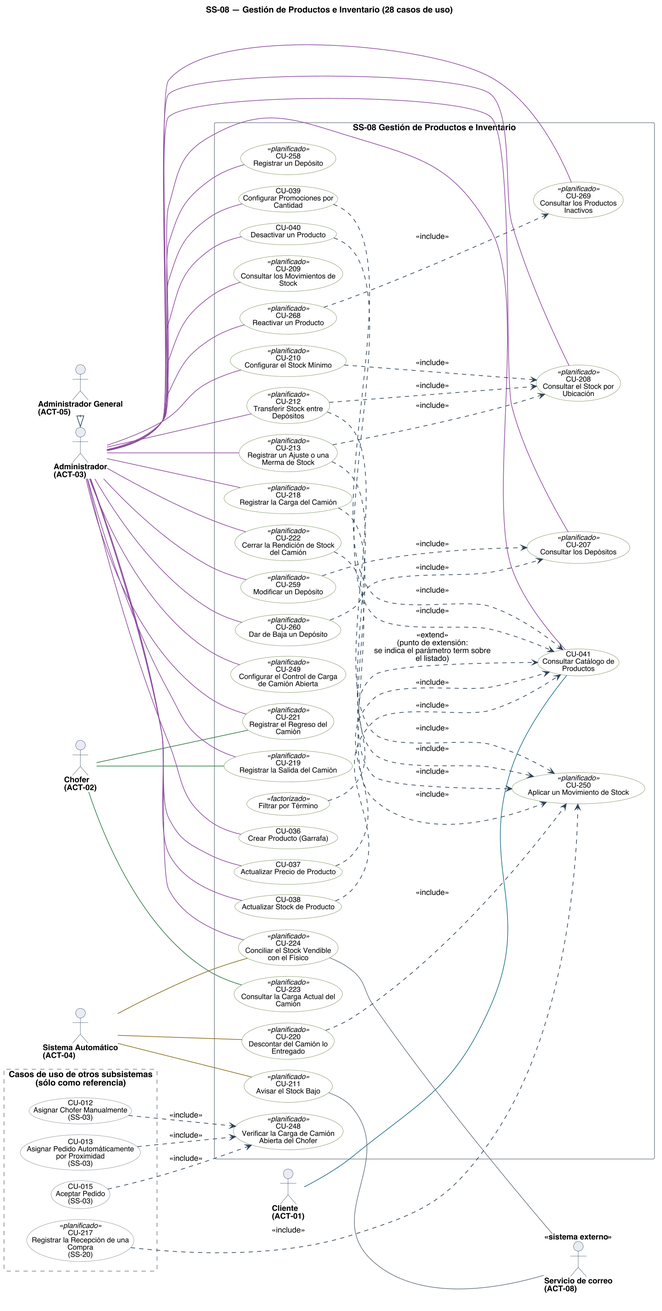
Earlier version of the PlantUML export diagramas/uml/CU_SS-08_Gestion-De-Productos.png (Nahuelito-Dev/splg-docs).
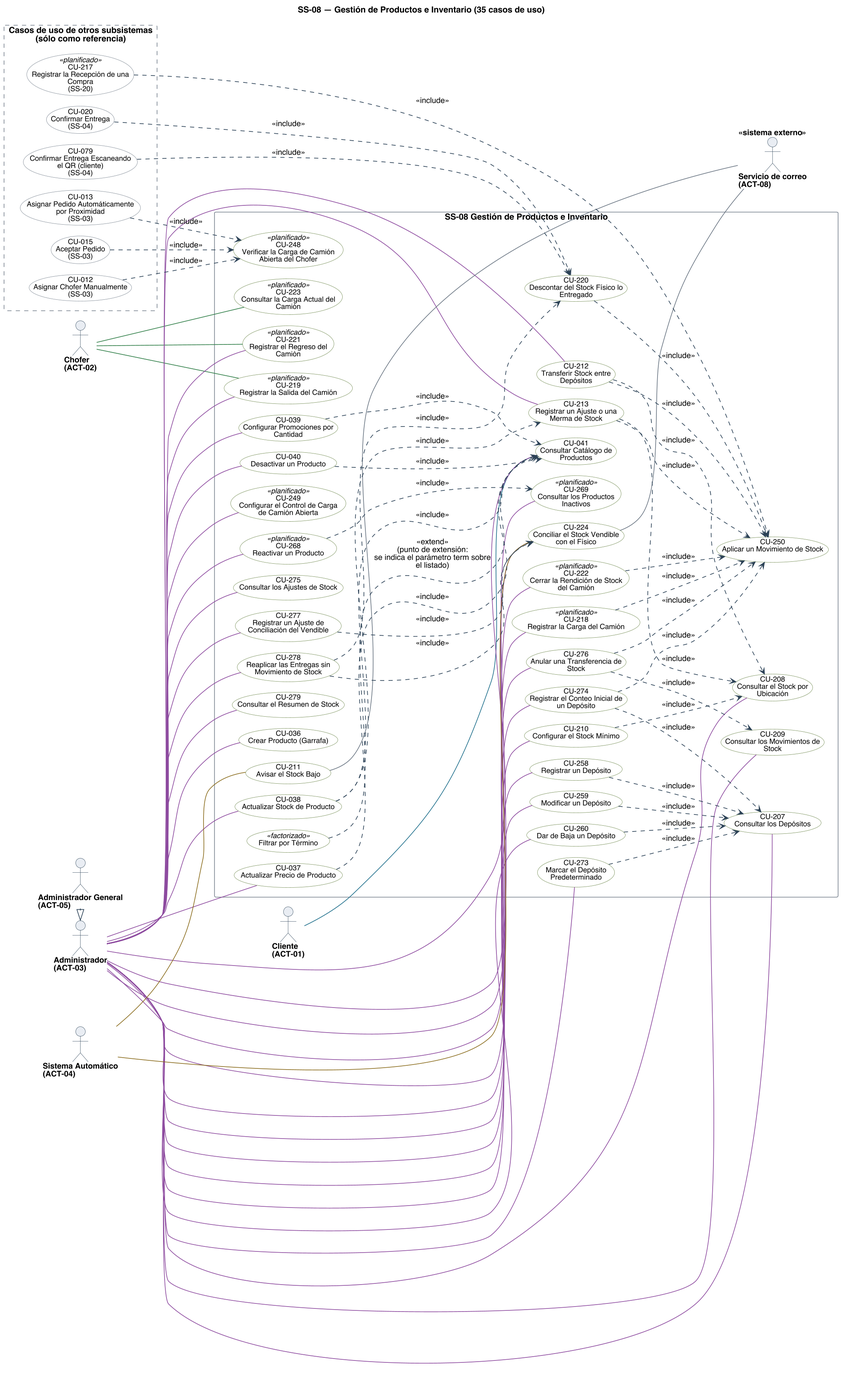
Above is the later version.

What changed in the source:
```diff
@@ -1,5 +1,5 @@
 @startuml
-title SS-08 — Gestión de Productos e Inventario (28 casos de uso)
+title SS-08 — Gestión de Productos e Inventario (35 casos de uso)
 left to right direction
 skinparam backgroundColor #FFFFFF
 skinparam shadowing false
@@ -48,28 +48,35 @@
   usecase "CU-039\nConfigurar Promociones por\nCantidad" as U039 #back:FFFFFF;line:5E7A3A
   usecase "CU-040\nDesactivar un Producto" as U040 #back:FFFFFF;line:5E7A3A
   usecase "CU-041\nConsultar Catálogo de\nProductos" as U041 #back:FFFFFF;line:5E7A3A
-  usecase "CU-207\nConsultar los Depósitos" as U207 <<planificado>> #back:FFFFFF;line:5E7A3A
-  usecase "CU-208\nConsultar el Stock por\nUbicación" as U208 <<planificado>> #back:FFFFFF;line:5E7A3A
-  usecase "CU-209\nConsultar los Movimientos de\nStock" as U209 <<planificado>> #back:FFFFFF;line:5E7A3A
-  usecase "CU-210\nConfigurar el Stock Mínimo" as U210 <<planificado>> #back:FFFFFF;line:5E7A3A
-  usecase "CU-211\nAvisar el Stock Bajo" as U211 <<planificado>> #back:FFFFFF;line:5E7A3A
-  usecase "CU-212\nTransferir Stock entre\nDepósitos" as U212 <<planificado>> #back:FFFFFF;line:5E7A3A
-  usecase "CU-213\nRegistrar un Ajuste o una\nMerma de Stock" as U213 <<planificado>> #back:FFFFFF;line:5E7A3A
+  usecase "CU-207\nConsultar los Depósitos" as U207 #back:FFFFFF;line:5E7A3A
+  usecase "CU-208\nConsultar el Stock por\nUbicación" as U208 #back:FFFFFF;line:5E7A3A
+  usecase "CU-209\nConsultar los Movimientos de\nStock" as U209 #back:FFFFFF;line:5E7A3A
+  usecase "CU-210\nConfigurar el Stock Mínimo" as U210 #back:FFFFFF;line:5E7A3A
+  usecase "CU-211\nAvisar el Stock Bajo" as U211 #back:FFFFFF;line:5E7A3A
+  usecase "CU-212\nTransferir Stock entre\nDepósitos" as U212 #back:FFFFFF;line:5E7A3A
+  usecase "CU-213\nRegistrar un Ajuste o una\nMerma de Stock" as U213 #back:FFFFFF;line:5E7A3A
   usecase "CU-218\nRegistrar la Carga del Camión" as U218 <<planificado>> #back:FFFFFF;line:5E7A3A
   usecase "CU-219\nRegistrar la Salida del Camión" as U219 <<planificado>> #back:FFFFFF;line:5E7A3A
-  usecase "CU-220\nDescontar del Camión lo\nEntregado" as U220 <<planificado>> #back:FFFFFF;line:5E7A3A
+  usecase "CU-220\nDescontar del Stock Físico lo\nEntregado" as U220 #back:FFFFFF;line:5E7A3A
   usecase "CU-221\nRegistrar el Regreso del\nCamión" as U221 <<planificado>> #back:FFFFFF;line:5E7A3A
   usecase "CU-222\nCerrar la Rendición de Stock\ndel Camión" as U222 <<planificado>> #back:FFFFFF;line:5E7A3A
   usecase "CU-223\nConsultar la Carga Actual del\nCamión" as U223 <<planificado>> #back:FFFFFF;line:5E7A3A
-  usecase "CU-224\nConciliar el Stock Vendible\ncon el Físico" as U224 <<planificado>> #back:FFFFFF;line:5E7A3A
+  usecase "CU-224\nConciliar el Stock Vendible\ncon el Físico" as U224 #back:FFFFFF;line:5E7A3A
   usecase "CU-248\nVerificar la Carga de Camión\nAbierta del Chofer" as U248 <<planificado>> #back:FFFFFF;line:5E7A3A
   usecase "CU-249\nConfigurar el Control de Carga\nde Camión Abierta" as U249 <<planificado>> #back:FFFFFF;line:5E7A3A
-  usecase "CU-250\nAplicar un Movimiento de Stock" as U250 <<planificado>> #back:FFFFFF;line:5E7A3A
-  usecase "CU-258\nRegistrar un Depósito" as U258 <<planificado>> #back:FFFFFF;line:5E7A3A
-  usecase "CU-259\nModificar un Depósito" as U259 <<planificado>> #back:FFFFFF;line:5E7A3A
-  usecase "CU-260\nDar de Baja un Depósito" as U260 <<planificado>> #back:FFFFFF;line:5E7A3A
+  usecase "CU-250\nAplicar un Movimiento de Stock" as U250 #back:FFFFFF;line:5E7A3A
+  usecase "CU-258\nRegistrar un Depósito" as U258 #back:FFFFFF;line:5E7A3A
+  usecase "CU-259\nModificar un Depósito" as U259 #back:FFFFFF;line:5E7A3A
+  usecase "CU-260\nDar de Baja un Depósito" as U260 #back:FFFFFF;line:5E7A3A
   usecase "CU-268\nReactivar un Producto" as U268 <<planificado>> #back:FFFFFF;line:5E7A3A
   usecase "CU-269\nConsultar los Productos\nInactivos" as U269 <<planificado>> #back:FFFFFF;line:5E7A3A
+  usecase "CU-273\nMarcar el Depósito\nPredeterminado" as U273 #back:FFFFFF;line:5E7A3A
+  usecase "CU-274\nRegistrar el Conteo Inicial de\nun Depósito" as U274 #back:FFFFFF;line:5E7A3A
+  usecase "CU-275\nConsultar los Ajustes de Stock" as U275 #back:FFFFFF;line:5E7A3A
+  usecase "CU-276\nAnular una Transferencia de\nStock" as U276 #back:FFFFFF;line:5E7A3A
+  usecase "CU-277\nRegistrar un Ajuste de\nConciliación del Vendible" as U277 #back:FFFFFF;line:5E7A3A
+  usecase "CU-278\nReaplicar las Entregas sin\nMovimiento de Stock" as U278 #back:FFFFFF;line:5E7A3A
+  usecase "CU-279\nConsultar el Resumen de Stock" as U279 #back:FFFFFF;line:5E7A3A
   usecase "Filtrar por Término" as F_TERM <<factorizado>> #back:FFFFFF;line:5E7A3A
 }
 
@@ -77,6 +84,8 @@
   usecase "CU-012\nAsignar Chofer Manualmente\n(SS-03)" as U012 #back:FFFFFF;line:6B7683
   usecase "CU-013\nAsignar Pedido Automáticamente\npor Proximidad\n(SS-03)" as U013 #back:FFFFFF;line:6B7683
   usecase "CU-015\nAceptar Pedido\n(SS-03)" as U015 #back:FFFFFF;line:6B7683
+  usecase "CU-020\nConfirmar Entrega\n(SS-04)" as U020 #back:FFFFFF;line:6B7683
+  usecase "CU-079\nConfirmar Entrega Escaneando\nel QR (cliente)\n(SS-04)" as U079 #back:FFFFFF;line:6B7683
   usecase "CU-217\nRegistrar la Recepción de una\nCompra\n(SS-20)" as U217 <<planificado>> #back:FFFFFF;line:6B7683
 }
 
@@ -107,8 +116,14 @@
 A03 -[#8C4A9E]- U260
 A03 -[#8C4A9E]- U268
 A03 -[#8C4A9E]- U269
+A03 -[#8C4A9E]- U273
+A03 -[#8C4A9E]- U274
+A03 -[#8C4A9E]- U275
+A03 -[#8C4A9E]- U276
+A03 -[#8C4A9E]- U277
+A03 -[#8C4A9E]- U278
+A03 -[#8C4A9E]- U279
 A04 -[#8A6D1F]- U211
-A04 -[#8A6D1F]- U220
 A04 -[#8A6D1F]- U224
 U211 -[#6B7683]- A08
 U224 -[#6B7683]- A08
@@ -121,18 +136,30 @@
 U210 ..> U208 : <<include>>
 U212 ..> U208 : <<include>>
 U213 ..> U208 : <<include>>
+U038 ..> U213 : <<include>>
 U212 ..> U250 : <<include>>
 U213 ..> U250 : <<include>>
 U218 ..> U250 : <<include>>
 U220 ..> U250 : <<include>>
 U222 ..> U250 : <<include>>
+U258 ..> U207 : <<include>>
 U259 ..> U207 : <<include>>
 U260 ..> U207 : <<include>>
+U273 ..> U207 : <<include>>
+U274 ..> U207 : <<include>>
 U268 ..> U269 : <<include>>
+U274 ..> U250 : <<include>>
+U276 ..> U250 : <<include>>
+U276 ..> U209 : <<include>>
+U277 ..> U224 : <<include>>
+U278 ..> U224 : <<include>>
+U278 ..> U220 : <<include>>
 U217 ..> U250 : <<include>>
 U012 ..> U248 : <<include>>
 U013 ..> U248 : <<include>>
 U015 ..> U248 : <<include>>
+U020 ..> U220 : <<include>>
+U079 ..> U220 : <<include>>
 
 F_TERM ..> U041 : <<extend>>\n(punto de extensión:\nse indica el parámetro term sobre\nel listado)
 
```
